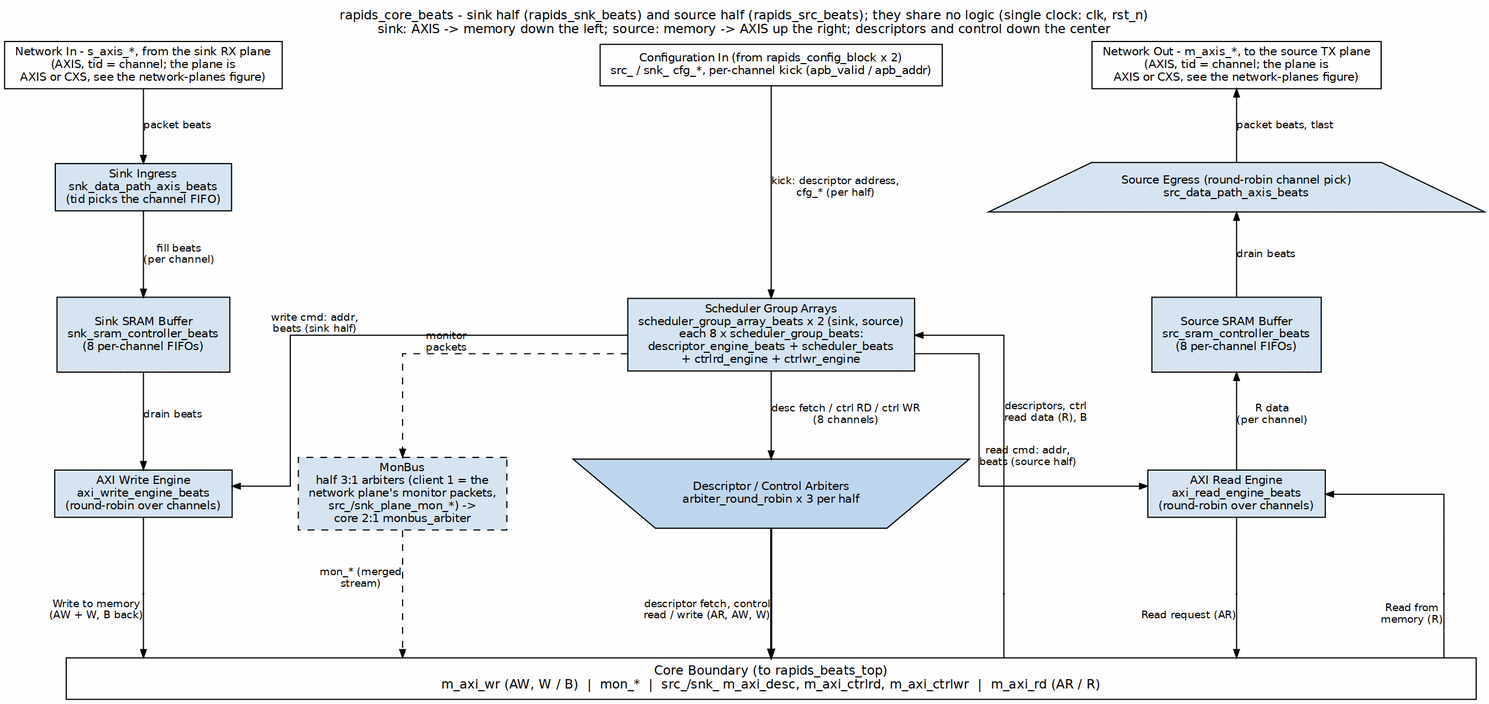
Earlier version of the Graphviz export projects/components/dma-ip/rapids/docs/rapids_beats_mas/assets/graphviz/19_rapids_core.png (sean-galloway/RTLDesignSherpa). Its source is kept beside it as projects/components/dma-ip/rapids/docs/rapids_beats_mas/assets/graphviz/19_rapids_core.dot.
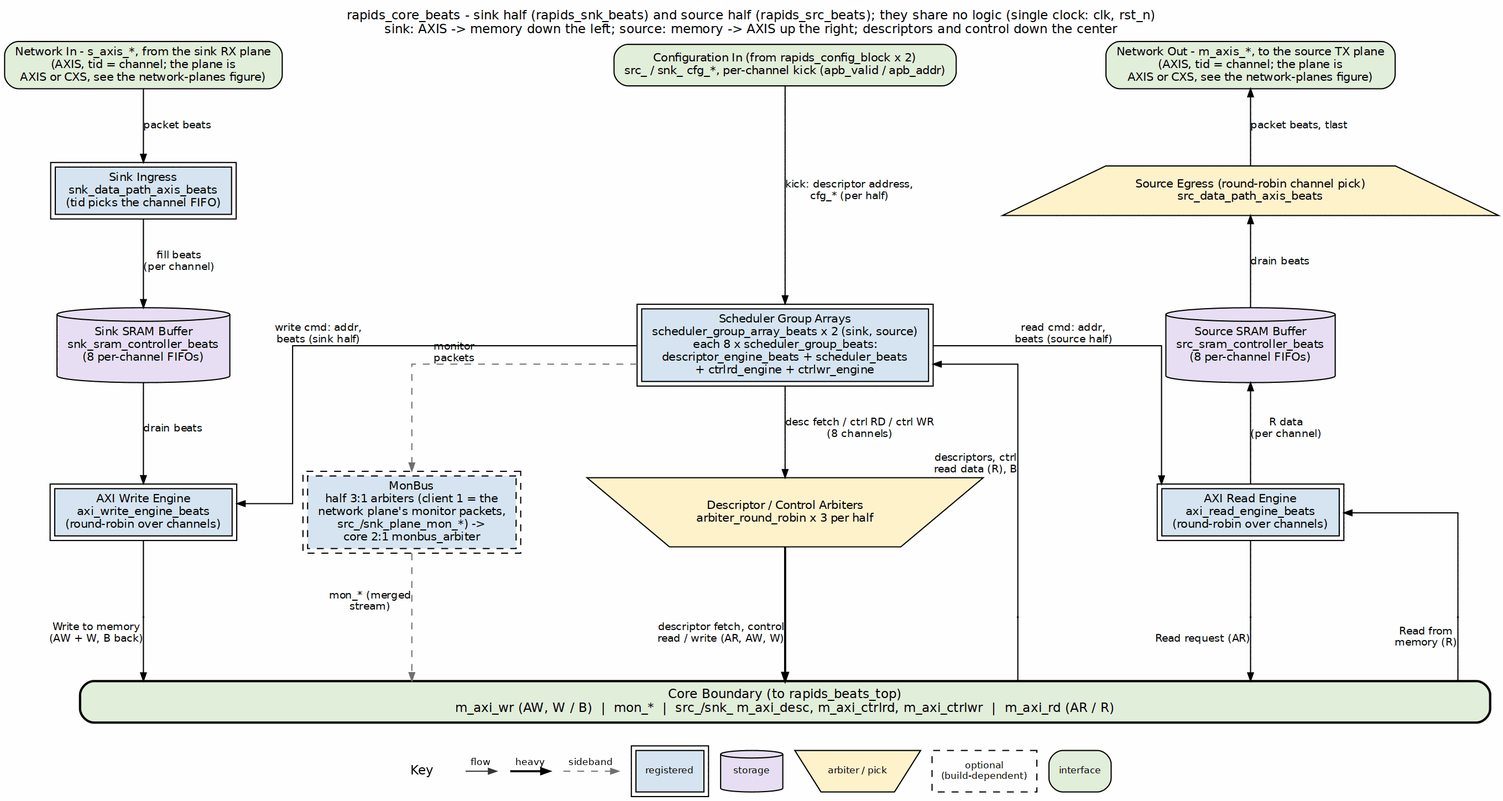
The same file after the commit.

What changed in the source:
```diff
@@ -4,37 +4,37 @@
            label="rapids_core_beats - sink half (rapids_snk_beats) and source half (rapids_src_beats); they share no logic (single clock: clk, rst_n)\nsink: AXIS -> memory down the left; source: memory -> AXIS up the right; descriptors and control down the center",
            labelloc=t, labeljust=c];
     node  [fontname="Helvetica", fontsize=10, shape=box, style=filled,
-           fillcolor="#D6E4F0", color="black", margin="0.12,0.06"];
+           fillcolor="white", color="black", margin="0.12,0.06"];
     edge  [fontname="Helvetica", fontsize=9, color="black", arrowsize=0.7];
 
     s_axis [label="Network In - s_axis_*, from the sink RX plane
 (AXIS, tid = channel; the plane is
-AXIS or CXS, see the network-planes figure)", fillcolor="white", group=L];
-    s_apb  [label="Configuration In (from rapids_config_block x 2)\nsrc_ / snk_ cfg_*, per-channel kick (apb_valid / apb_addr)", fillcolor="white", group=C];
+AXIS or CXS, see the network-planes figure)", fillcolor="white", group=L, style="rounded,filled", fillcolor="#E2EFDA"];
+    s_apb  [label="Configuration In (from rapids_config_block x 2)\nsrc_ / snk_ cfg_*, per-channel kick (apb_valid / apb_addr)", fillcolor="white", group=C, style="rounded,filled", fillcolor="#E2EFDA"];
     m_axis [label="Network Out - m_axis_*, to the source TX plane
 (AXIS, tid = channel; the plane is
-AXIS or CXS, see the network-planes figure)", fillcolor="white", group=R];
+AXIS or CXS, see the network-planes figure)", fillcolor="white", group=R, style="rounded,filled", fillcolor="#E2EFDA"];
 
-    ingress [label="Sink Ingress\nsnk_data_path_axis_beats\n(tid picks the channel FIFO)", group=L];
+    ingress [label="Sink Ingress\nsnk_data_path_axis_beats\n(tid picks the channel FIFO)", group=L, peripheries=2, style="filled", fillcolor="#D6E4F0"];
     egress  [label="Source Egress (round-robin channel pick)\nsrc_data_path_axis_beats",
-             shape=trapezium, width=3.4, height=0.6, group=R];
+             shape=trapezium, width=3.4, height=0.6, group=R, style="filled", fillcolor="#FFF2CC"];
 
-    snk_sram [label="Sink SRAM Buffer\nsnk_sram_controller_beats\n(8 per-channel FIFOs)", height=0.9, group=L];
-    sga      [label="Scheduler Group Arrays\nscheduler_group_array_beats x 2 (sink, source)\neach 8 x scheduler_group_beats:\ndescriptor_engine_beats + scheduler_beats\n+ ctrlrd_engine + ctrlwr_engine", group=C];
-    src_sram [label="Source SRAM Buffer\nsrc_sram_controller_beats\n(8 per-channel FIFOs)", height=0.9, group=R];
+    snk_sram [label="Sink SRAM Buffer\nsnk_sram_controller_beats\n(8 per-channel FIFOs)", height=0.9, group=L, shape=cylinder, style="filled", fillcolor="#E8DFF5"];
+    sga      [label="Scheduler Group Arrays\nscheduler_group_array_beats x 2 (sink, source)\neach 8 x scheduler_group_beats:\ndescriptor_engine_beats + scheduler_beats\n+ ctrlrd_engine + ctrlwr_engine", group=C, peripheries=2, style="filled", fillcolor="#D6E4F0"];
+    src_sram [label="Source SRAM Buffer\nsrc_sram_controller_beats\n(8 per-channel FIFOs)", height=0.9, group=R, shape=cylinder, style="filled", fillcolor="#E8DFF5"];
 
-    wr_eng [label="AXI Write Engine\naxi_write_engine_beats\n(round-robin over channels)", group=L];
+    wr_eng [label="AXI Write Engine\naxi_write_engine_beats\n(round-robin over channels)", group=L, peripheries=2, style="filled", fillcolor="#D6E4F0"];
     arb    [label="Descriptor / Control Arbiters\narbiter_round_robin x 3 per half",
-            shape=invtrapezium, width=4.2, fillcolor="#BFD7EE", group=C];
+            shape=invtrapezium, width=4.2, fillcolor="#BFD7EE", group=C, style="filled", fillcolor="#FFF2CC"];
     mon    [label="MonBus
 half 3:1 arbiters (client 1 = the
 network plane's monitor packets,
 src_/snk_plane_mon_*) ->
-core 2:1 monbus_arbiter", style="filled,dashed"];
-    rd_eng [label="AXI Read Engine\naxi_read_engine_beats\n(round-robin over channels)", group=R];
+core 2:1 monbus_arbiter", style="filled,dashed", peripheries=2, style="filled,dashed", fillcolor="#D6E4F0"];
+    rd_eng [label="AXI Read Engine\naxi_read_engine_beats\n(round-robin over channels)", group=R, peripheries=2, style="filled", fillcolor="#D6E4F0"];
 
     mem [label="Core Boundary (to rapids_beats_top)\nm_axi_wr (AW, W / B)  |  mon_*  |  src_/snk_ m_axi_desc, m_axi_ctrlrd, m_axi_ctrlwr  |  m_axi_rd (AR / R)",
-         fillcolor="white", width=17.0, fontsize=11, group=C];
+         fillcolor="white", width=17.0, fontsize=11, group=C, style="rounded,filled,bold", fillcolor="#E2EFDA"];
 
     s_axis   -> ingress  [label="packet beats"];
     ingress  -> snk_sram [label="fill beats\n(per channel)"];
@@ -44,7 +44,7 @@
     sga   -> arb  [label="desc fetch / ctrl RD / ctrl WR\n(8 channels)"];
     sga   -> wr_eng [xlabel="write cmd: addr,\nbeats (sink half)"];
     sga   -> rd_eng [xlabel="read cmd: addr,\nbeats (source half)"];
-    sga   -> mon    [style=dashed, xlabel="monitor\npackets"];
+    sga   -> mon    [style=dashed, color="#777777", xlabel="monitor\npackets"];
 
     m_axis   -> egress   [dir=back, label="packet beats, tlast"];
     egress   -> src_sram [dir=back, label="drain beats"];
@@ -67,7 +67,7 @@
     p_cmd  -> mem   [xlabel="descriptor fetch, control\nread / write (AR, AW, W)", penwidth=1.8, tailclip=false];
     sga    -> p_dr  [dir=back, xlabel="descriptors, ctrl\nread data (R), B", headclip=false];
     p_dr   -> mem   [dir=none, tailclip=false];
-    mon    -> mem   [style=dashed, xlabel="mon_* (merged\nstream)"];
+    mon    -> mem   [style=dashed, color="#777777", xlabel="mon_* (merged\nstream)"];
     rd_eng -> p_ar  [arrowhead=none, headclip=false];
     p_ar   -> mem   [xlabel="Read request (AR)", tailclip=false];
     rd_eng -> p_rd  [dir=back, headclip=false];
```
